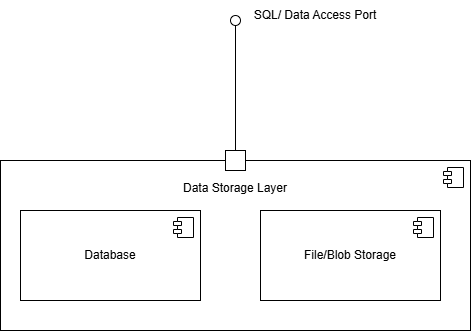
Above: 03_Team_Work/Admin Team/Milestone_1_Component_Diagram/PNG/NL_M1_Admin_DataStorageLayer_V01.png in JmmonJeremy/CareerBound-SDD (draw.io), before the change. Source tidied: cells renumbered, new cells last; positions are measured from the earlier drawing's top-left corner, leaving out a move shared by most shapes. Source of this version:
```xml
<mxGraphModel>
  <root>
    <mxCell id="0" />
    <mxCell id="1" parent="0" />
    <mxCell id="2" value="&lt;div&gt;&lt;br&gt;&lt;/div&gt;Data Storage Layer" style="html=1;whiteSpace=wrap;verticalAlign=top;" parent="1" vertex="1">
      <mxGeometry y="160" width="470" height="170" as="geometry" />
    </mxCell>
    <mxCell id="3" style="shape=module;jettyWidth=8;jettyHeight=4;" parent="2" vertex="1">
      <mxGeometry x="1" width="20" height="20" relative="1" as="geometry">
        <mxPoint x="-27" y="7" as="offset" />
      </mxGeometry>
    </mxCell>
    <mxCell id="4" value="Database" style="html=1;whiteSpace=wrap;" parent="1" vertex="1">
      <mxGeometry x="20" y="210" width="180" height="90" as="geometry" />
    </mxCell>
    <mxCell id="5" style="shape=module;jettyWidth=8;jettyHeight=4;" parent="4" vertex="1">
      <mxGeometry x="1" width="20" height="20" relative="1" as="geometry">
        <mxPoint x="-27" y="7" as="offset" />
      </mxGeometry>
    </mxCell>
    <mxCell id="6" value="File/Blob Storage" style="html=1;whiteSpace=wrap;" parent="1" vertex="1">
      <mxGeometry x="260" y="210" width="180" height="90" as="geometry" />
    </mxCell>
    <mxCell id="7" style="shape=module;jettyWidth=8;jettyHeight=4;" parent="6" vertex="1">
      <mxGeometry x="1" width="20" height="20" relative="1" as="geometry">
        <mxPoint x="-27" y="7" as="offset" />
      </mxGeometry>
    </mxCell>
    <mxCell id="8" style="ellipse;whiteSpace=wrap;html=1;align=center;fillColor=none;strokeColor=none;perimeter=centerPerimeter;" parent="1" vertex="1">
      <mxGeometry x="115" y="180" width="10" height="10" as="geometry" />
    </mxCell>
    <mxCell id="9" value="SQL/ Data Access Port" style="text;html=1;whiteSpace=wrap;strokeColor=none;fillColor=none;align=center;verticalAlign=middle;rounded=0;" parent="1" vertex="1">
      <mxGeometry x="240" width="150" height="30" as="geometry" />
    </mxCell>
    <mxCell id="10" style="rounded=0;jettySize=auto;html=1;endArrow=oval;endFill=0;sketch=0;sourcePerimeterSpacing=0;targetPerimeterSpacing=0;endSize=10;exitX=0.5;exitY=0;exitDx=0;exitDy=0;" parent="1" edge="1" source="2">
      <mxGeometry relative="1" as="geometry">
        <mxPoint x="235" y="20" as="targetPoint" />
      </mxGeometry>
    </mxCell>
    <mxCell id="11" style="whiteSpace=wrap;html=1;" parent="1" vertex="1">
      <mxGeometry x="225" y="150" width="20" height="20" as="geometry" />
    </mxCell>
  </root>
</mxGraphModel>
```
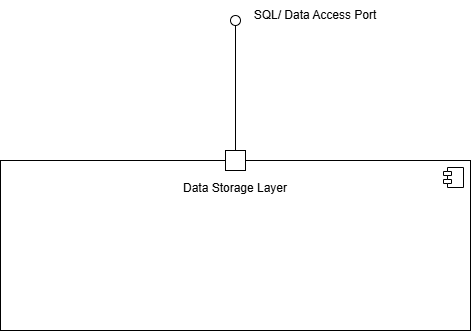
After the commit.

Commit message:
Updated - Admin Team - DataStorageLayer and ClientApplications

What changed in the source:
```diff
@@ -10,22 +10,6 @@
         <mxPoint x="-27" y="7" as="offset" />
       </mxGeometry>
     </mxCell>
-    <mxCell id="4" value="Database" style="html=1;whiteSpace=wrap;" parent="1" vertex="1">
-      <mxGeometry x="20" y="210" width="180" height="90" as="geometry" />
-    </mxCell>
-    <mxCell id="5" style="shape=module;jettyWidth=8;jettyHeight=4;" parent="4" vertex="1">
-      <mxGeometry x="1" width="20" height="20" relative="1" as="geometry">
-        <mxPoint x="-27" y="7" as="offset" />
-      </mxGeometry>
-    </mxCell>
-    <mxCell id="6" value="File/Blob Storage" style="html=1;whiteSpace=wrap;" parent="1" vertex="1">
-      <mxGeometry x="260" y="210" width="180" height="90" as="geometry" />
-    </mxCell>
-    <mxCell id="7" style="shape=module;jettyWidth=8;jettyHeight=4;" parent="6" vertex="1">
-      <mxGeometry x="1" width="20" height="20" relative="1" as="geometry">
-        <mxPoint x="-27" y="7" as="offset" />
-      </mxGeometry>
-    </mxCell>
     <mxCell id="8" style="ellipse;whiteSpace=wrap;html=1;align=center;fillColor=none;strokeColor=none;perimeter=centerPerimeter;" parent="1" vertex="1">
       <mxGeometry x="115" y="180" width="10" height="10" as="geometry" />
     </mxCell>
```
